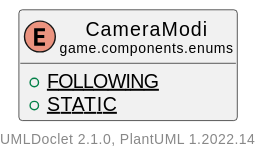
Earlier version of the PlantUML export doc/javadoc/game/components/enums/CameraModi.svg (Hirschiii/JavaGameEngine). Source of this version:
```plantuml
@startuml
    set namespaceSeparator none
    hide empty fields
    hide empty methods

    enum "<size:14>CameraModi\n<size:10>game.components.enums" as game.components.enums.CameraModi [[CameraModi.html]] {
        {static} +FOLLOWING
        {static} +STATIC
    }

    center footer UMLDoclet 2.1.0, PlantUML %version()
@enduml
```
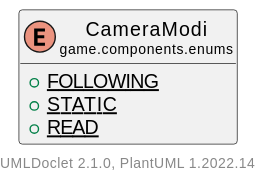
Later version of the same file.

The edit, as a diff of the source:
```diff
@@ -6,6 +6,7 @@
     enum "<size:14>CameraModi\n<size:10>game.components.enums" as game.components.enums.CameraModi [[CameraModi.html]] {
         {static} +FOLLOWING
         {static} +STATIC
+        {static} +READ
     }
 
     center footer UMLDoclet 2.1.0, PlantUML %version()
```
